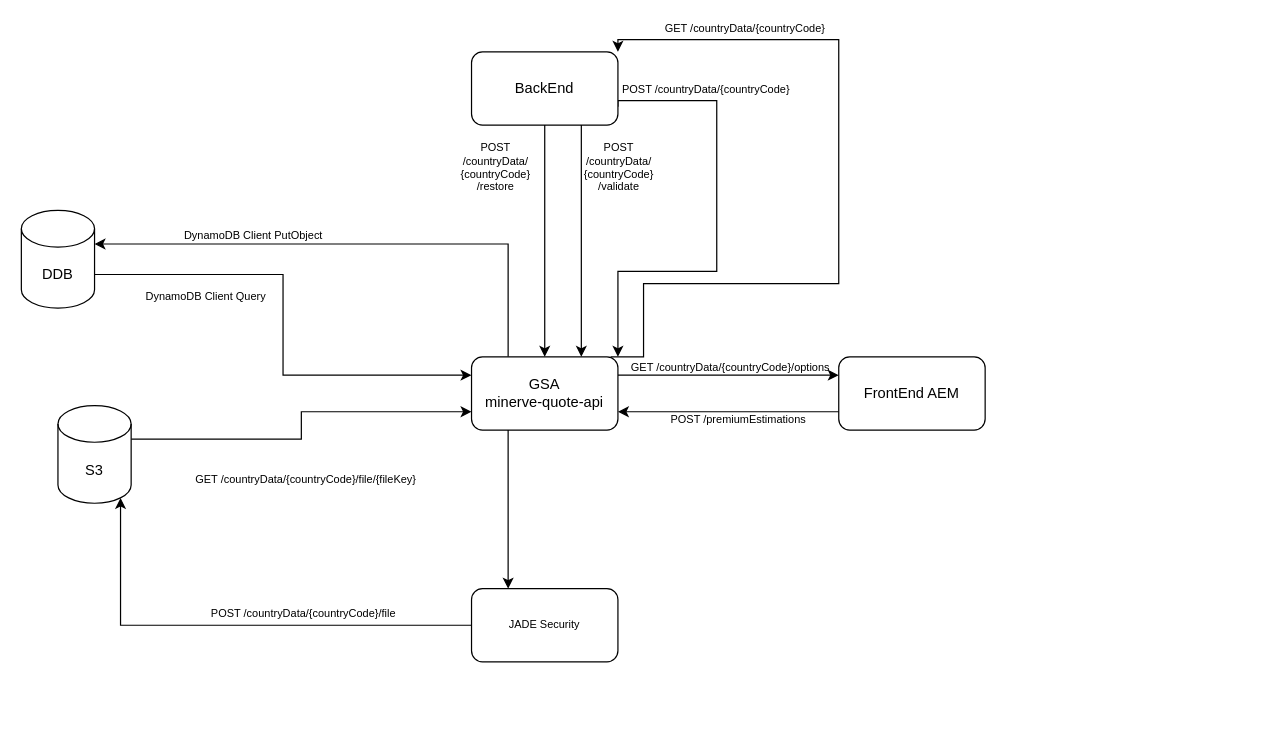
jbcfrance/at keeps this draw.io diagram as Minerve.drawio. Above is the earlier version. Source tidied: cells renumbered, new cells numbered last; positions are measured from the earlier drawing's top-left corner, leaving out a move shared by most shapes. Both pictures are drawn from the tidied source at 122%, with x=0, y=0 at pixel (21, 39).
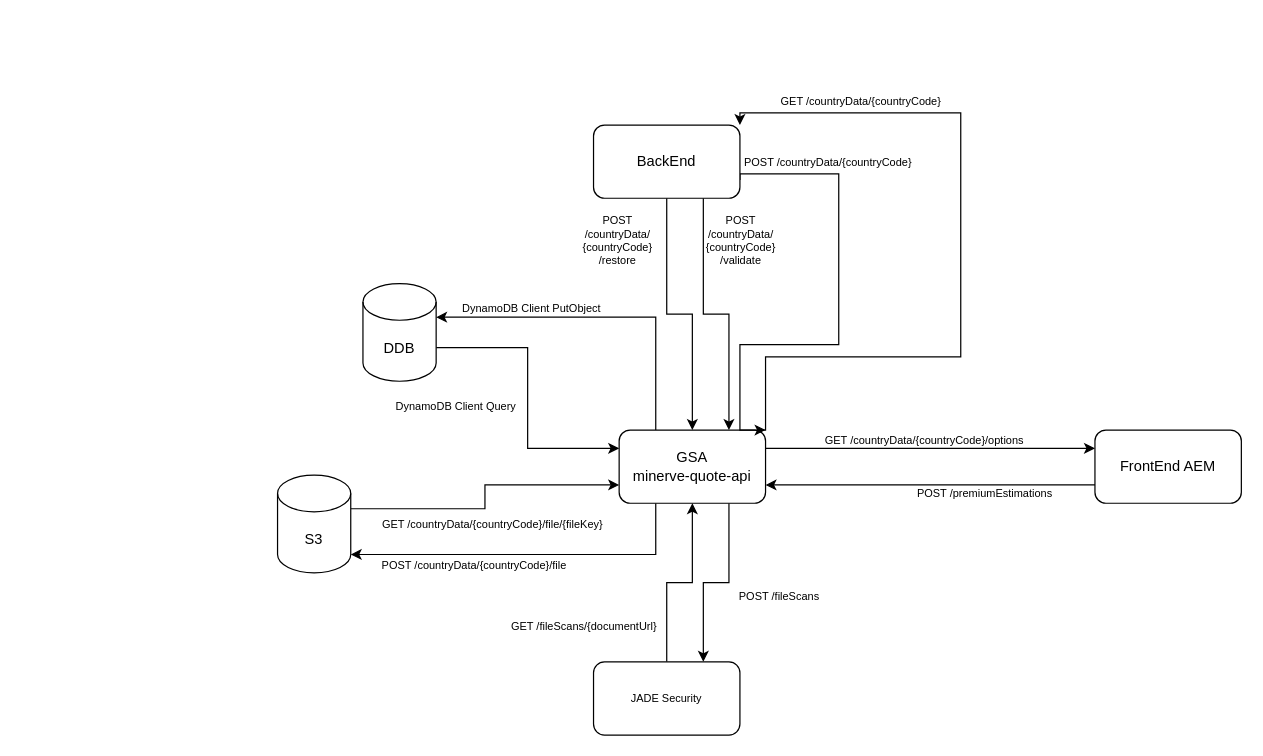
The same diagram, later.

Commit message (it also covers changes not shown here):
Mettre à jour Minerve.drawio

The change refers to these unchanged cells:
```xml
<mxCell id="2" style="edgeStyle=orthogonalEdgeStyle;rounded=0;jettySize=auto;html=1;exitX=1;exitY=0;exitDx=0;exitDy=52.5;exitPerimeter=0;entryX=0;entryY=0.25;entryDx=0;entryDy=0;fontSize=9;fontColor=#000000;" parent="1" edge="1" source="4" target="16">
  <mxGeometry relative="1" as="geometry" />
</mxCell>
<mxCell id="13" style="edgeStyle=orthogonalEdgeStyle;rounded=0;jettySize=auto;html=1;exitX=0.25;exitY=0;exitDx=0;exitDy=0;entryX=1;entryY=0;entryDx=0;entryDy=27.5;entryPerimeter=0;fontSize=9;fontColor=#000000;" parent="1" edge="1" source="16" target="4">
  <mxGeometry relative="1" as="geometry" />
</mxCell>
```

The edit, as a diff of the source:
```diff
@@
     <mxCell id="3" value="DynamoDB Client Query" style="edgeLabel;html=1;align=center;verticalAlign=middle;fontSize=9;fontColor=#000000;" parent="2" vertex="1">
       <mxGeometry x="-0.54" y="2" relative="1" as="geometry">
-        <mxPoint y="20" as="offset" />
+        <mxPoint x="-38" y="50" as="offset" />
       </mxGeometry>
     </mxCell>
     <mxCell id="4" value="DDB" style="shape=cylinder3;whiteSpace=wrap;html=1;boundedLbl=1;backgroundOutline=1;size=15;" parent="1" vertex="1">
-      <mxGeometry y="140" width="60" height="80" as="geometry" />
+      <mxGeometry x="280" y="200" width="60" height="80" as="geometry" />
     </mxCell>
@@
     <mxCell id="6" value="S3" style="shape=cylinder3;whiteSpace=wrap;html=1;boundedLbl=1;backgroundOutline=1;size=15;" parent="1" vertex="1">
-      <mxGeometry x="30" y="300" width="60" height="80" as="geometry" />
+      <mxGeometry x="210" y="357" width="60" height="80" as="geometry" />
     </mxCell>
@@
     <mxCell id="9" style="edgeStyle=orthogonalEdgeStyle;rounded=0;jettySize=auto;html=1;exitX=0.95;exitY=0;exitDx=0;exitDy=0;fontSize=9;fontColor=#000000;entryX=1;entryY=0;entryDx=0;entryDy=0;exitPerimeter=0;" parent="1" edge="1" source="16" target="20">
       <mxGeometry relative="1" as="geometry">
         <Array as="points">
-          <mxPoint x="510" y="260" />
-          <mxPoint x="510" y="200" />
-          <mxPoint x="670" y="200" />
-          <mxPoint x="670" />
-          <mxPoint x="489" />
+          <mxPoint x="610" y="320" />
+          <mxPoint x="610" y="260" />
+          <mxPoint x="770" y="260" />
+          <mxPoint x="770" y="60" />
+          <mxPoint x="589" y="60" />
         </Array>
       </mxGeometry>
     </mxCell>
@@
-    <mxCell id="11" style="edgeStyle=orthogonalEdgeStyle;rounded=0;jettySize=auto;html=1;exitX=0;exitY=0.5;exitDx=0;exitDy=0;entryX=0.855;entryY=1;entryDx=0;entryDy=-4.35;entryPerimeter=0;fontSize=9;fontColor=#000000;" parent="1" edge="1" source="28" target="6">
+    <mxCell id="11" style="edgeStyle=orthogonalEdgeStyle;rounded=0;jettySize=auto;html=1;entryX=1;entryY=1;entryDx=0;entryDy=-15;entryPerimeter=0;fontSize=9;fontColor=#000000;exitX=0.25;exitY=1;exitDx=0;exitDy=0;" parent="1" edge="1" source="16" target="6">
       <mxGeometry relative="1" as="geometry" />
     </mxCell>
     <mxCell id="12" value="GET /countryData/{countryCode}/file/{fileKey}" style="edgeLabel;html=1;align=center;verticalAlign=middle;fontSize=9;fontColor=#000000;" parent="11" vertex="1">
       <mxGeometry x="-0.19" y="1" relative="1" as="geometry">
-        <mxPoint x="22" y="-121" as="offset" />
+        <mxPoint x="-59" y="-26" as="offset" />
       </mxGeometry>
     </mxCell>
@@
     <mxCell id="14" value="DynamoDB Client PutObject" style="edgeLabel;html=1;align=center;verticalAlign=middle;fontSize=9;fontColor=#000000;" parent="13" vertex="1">
       <mxGeometry x="0.26" y="3" relative="1" as="geometry">
-        <mxPoint x="-30" y="-10" as="offset" />
+        <mxPoint x="-23" y="-10" as="offset" />
       </mxGeometry>
     </mxCell>
-    <mxCell id="15" style="edgeStyle=orthogonalEdgeStyle;rounded=0;jettySize=auto;html=1;exitX=0.25;exitY=1;exitDx=0;exitDy=0;entryX=0.25;entryY=0;entryDx=0;entryDy=0;fontSize=9;fontColor=#000000;" parent="1" edge="1" source="16" target="28">
+    <mxCell id="15" style="edgeStyle=orthogonalEdgeStyle;rounded=0;jettySize=auto;html=1;exitX=0.75;exitY=1;exitDx=0;exitDy=0;entryX=0.75;entryY=0;entryDx=0;entryDy=0;fontSize=9;fontColor=#000000;" parent="1" edge="1" source="16" target="28">
       <mxGeometry relative="1" as="geometry" />
     </mxCell>
+    <mxCell id="29" value="POST /fileScans" style="edgeLabel;html=1;align=center;verticalAlign=middle;fontSize=9;fontColor=#000000;" parent="15" vertex="1">
+      <mxGeometry x="-0.4" y="2" relative="1" as="geometry">
+        <mxPoint x="38" y="31" as="offset" />
+      </mxGeometry>
+    </mxCell>
     <mxCell id="16" value="GSA&lt;br&gt;minerve-quote-api" style="rounded=1;whiteSpace=wrap;html=1;" parent="1" vertex="1">
-      <mxGeometry x="369" y="260" width="120" height="60" as="geometry" />
+      <mxGeometry x="490" y="320" width="120" height="60" as="geometry" />
     </mxCell>
     <mxCell id="17" style="edgeStyle=orthogonalEdgeStyle;rounded=0;jettySize=auto;html=1;exitX=1;exitY=0.75;exitDx=0;exitDy=0;fontSize=9;fontColor=#000000;entryX=1;entryY=0;entryDx=0;entryDy=0;" parent="1" edge="1" source="20" target="16">
       <mxGeometry relative="1" as="geometry">
         <Array as="points">
-          <mxPoint x="489" y="50" />
-          <mxPoint x="570" y="50" />
-          <mxPoint x="570" y="190" />
-          <mxPoint x="489" y="190" />
+          <mxPoint x="589" y="110" />
+          <mxPoint x="670" y="110" />
+          <mxPoint x="670" y="250" />
+          <mxPoint x="589" y="250" />
         </Array>
       </mxGeometry>
     </mxCell>
@@
     <mxCell id="20" value="BackEnd" style="rounded=1;whiteSpace=wrap;html=1;" parent="1" vertex="1">
-      <mxGeometry x="369" y="10" width="120" height="60" as="geometry" />
+      <mxGeometry x="469" y="70" width="120" height="60" as="geometry" />
     </mxCell>
     <mxCell id="21" value="FrontEnd AEM" style="rounded=1;whiteSpace=wrap;html=1;" parent="1" vertex="1">
-      <mxGeometry x="670" y="260" width="120" height="60" as="geometry" />
+      <mxGeometry x="880" y="320" width="120" height="60" as="geometry" />
     </mxCell>
@@
     <mxCell id="23" value="POST /countryData/{countryCode}" style="edgeLabel;html=1;align=center;verticalAlign=middle;fontSize=9;fontColor=#000000;" parent="1" vertex="1">
-      <mxGeometry x="560" y="40" as="geometry" />
+      <mxGeometry x="660" y="100" as="geometry" />
     </mxCell>
     <mxCell id="24" value="POST /countryData/{countryCode}/file" style="edgeLabel;html=1;align=center;verticalAlign=middle;fontSize=9;fontColor=#000000;" parent="1" vertex="1">
-      <mxGeometry x="230" y="470" as="geometry" />
+      <mxGeometry x="370" y="430" as="geometry" />
     </mxCell>
     <mxCell id="25" value="POST /premiumEstimations" style="text;html=1;strokeColor=none;fillColor=none;align=center;verticalAlign=middle;whiteSpace=wrap;rounded=0;labelBackgroundColor=none;fontSize=9;fontColor=#000000;" parent="1" vertex="1">
-      <mxGeometry x="518" y="297" width="140" height="30" as="geometry" />
+      <mxGeometry x="720" y="357" width="140" height="30" as="geometry" />
     </mxCell>
     <mxCell id="26" value="POST /countryData/ {countryCode} /validate" style="text;html=1;strokeColor=none;fillColor=none;align=center;verticalAlign=middle;whiteSpace=wrap;rounded=0;labelBackgroundColor=none;fontSize=9;fontColor=#000000;" parent="1" vertex="1">
-      <mxGeometry x="470" y="90" width="40" height="30" as="geometry" />
+      <mxGeometry x="570" y="150" width="40" height="30" as="geometry" />
     </mxCell>
     <mxCell id="27" value="POST /countryData/ {countryCode} /restore" style="text;html=1;strokeColor=none;fillColor=none;align=center;verticalAlign=middle;whiteSpace=wrap;rounded=0;labelBackgroundColor=none;fontSize=9;fontColor=#000000;" parent="1" vertex="1">
-      <mxGeometry x="369" y="90" width="40" height="30" as="geometry" />
+      <mxGeometry x="469" y="150" width="40" height="30" as="geometry" />
     </mxCell>
+    <mxCell id="30" style="edgeStyle=orthogonalEdgeStyle;rounded=0;jettySize=auto;html=1;exitX=0.5;exitY=0;exitDx=0;exitDy=0;entryX=0.5;entryY=1;entryDx=0;entryDy=0;fontSize=9;fontColor=#000000;" parent="1" edge="1" source="28" target="16">
+      <mxGeometry relative="1" as="geometry" />
+    </mxCell>
     <mxCell id="28" value="JADE Security" style="rounded=1;whiteSpace=wrap;html=1;labelBackgroundColor=none;fontSize=9;fontColor=#000000;" parent="1" vertex="1">
-      <mxGeometry x="369" y="450" width="120" height="60" as="geometry" />
+      <mxGeometry x="469" y="510" width="120" height="60" as="geometry" />
     </mxCell>
+    <mxCell id="31" value="GET /fileScans/{documentUrl}" style="edgeLabel;html=1;align=center;verticalAlign=middle;fontSize=9;fontColor=#000000;" parent="1" vertex="1">
+      <mxGeometry x="460" y="480" as="geometry" />
+    </mxCell>
```
